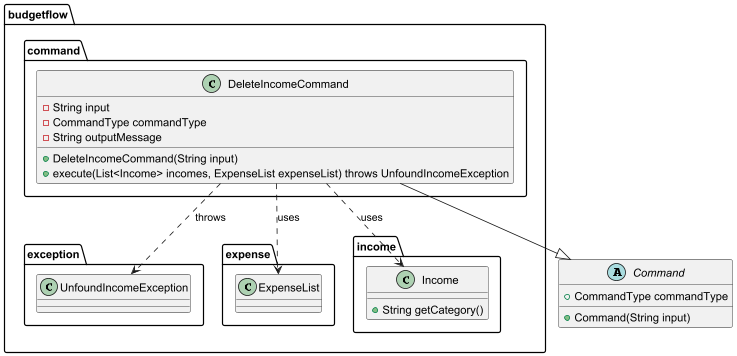
The PlantUML diagram docs/diagrams/DeleteIncomeCommandClass.png in thienkimtranhoang/tp, before a commit.
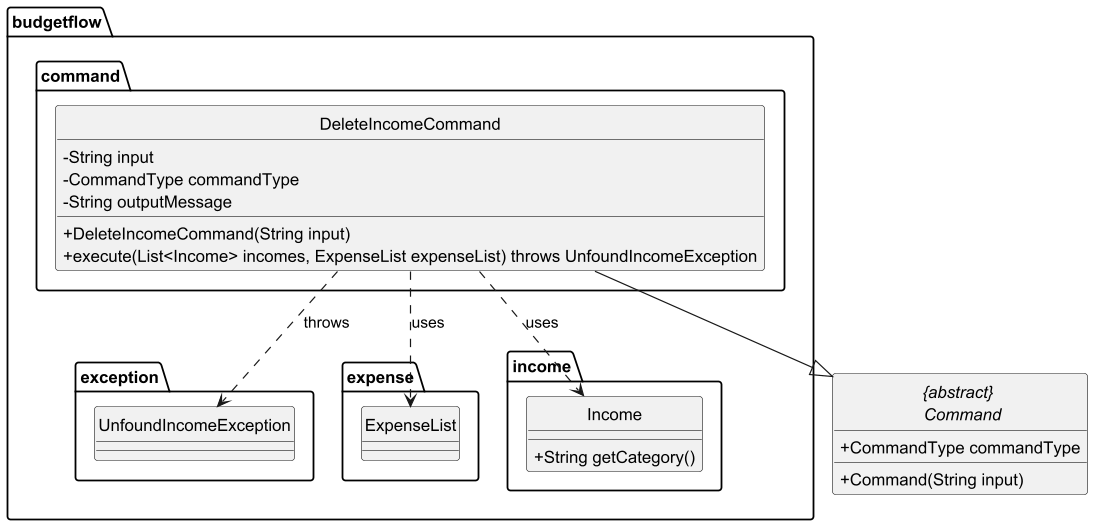
The same diagram one commit later.

The edit, as a diff of the source:
```diff
@@ -1,4 +1,7 @@
 @startuml
+
+hide circle
+skinparam classAttributeIconSize 0
 
 package budgetflow.command {
     class DeleteIncomeCommand {
@@ -24,12 +27,12 @@
     }
 }
 
-abstract class Command {
+abstract class "{abstract} \n Command" {
     + Command(String input)
     + CommandType commandType
 }
 
-DeleteIncomeCommand --|> Command
+DeleteIncomeCommand --|> "{abstract} \n Command"
 DeleteIncomeCommand ..> UnfoundIncomeException : throws
 DeleteIncomeCommand ..> Income : uses
 DeleteIncomeCommand ..> ExpenseList : uses
```
